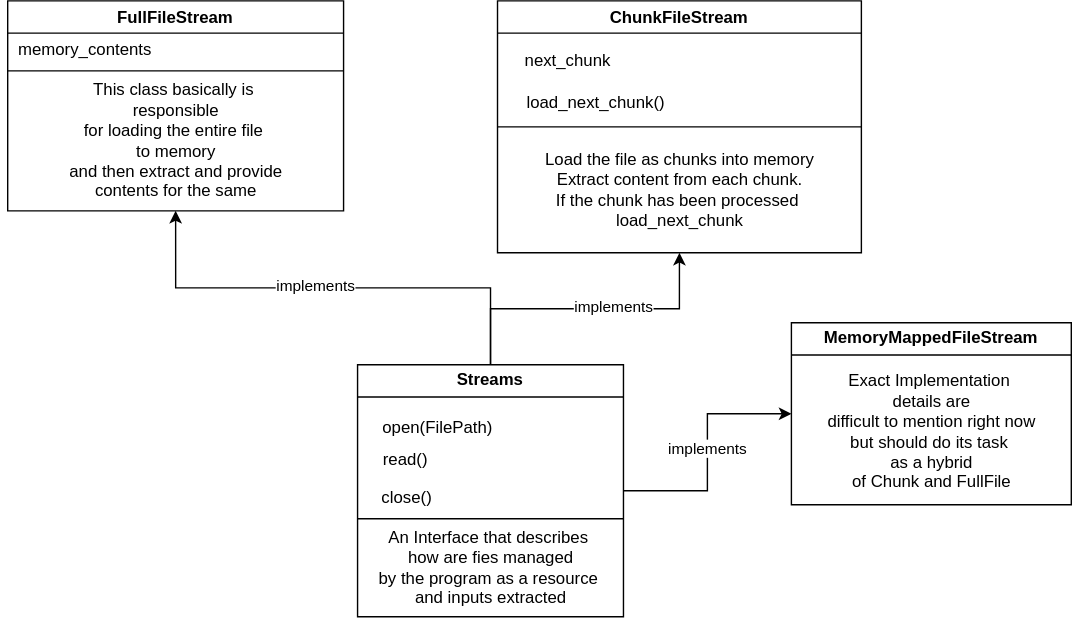
Earlier version of the draw.io export docs/ClassDiagrams.svg (CagesThrottleUs/ccwc). Source tidied: cells renumbered, new cells last; positions are measured from the earlier drawing's top-left corner, leaving out a move shared by most shapes.
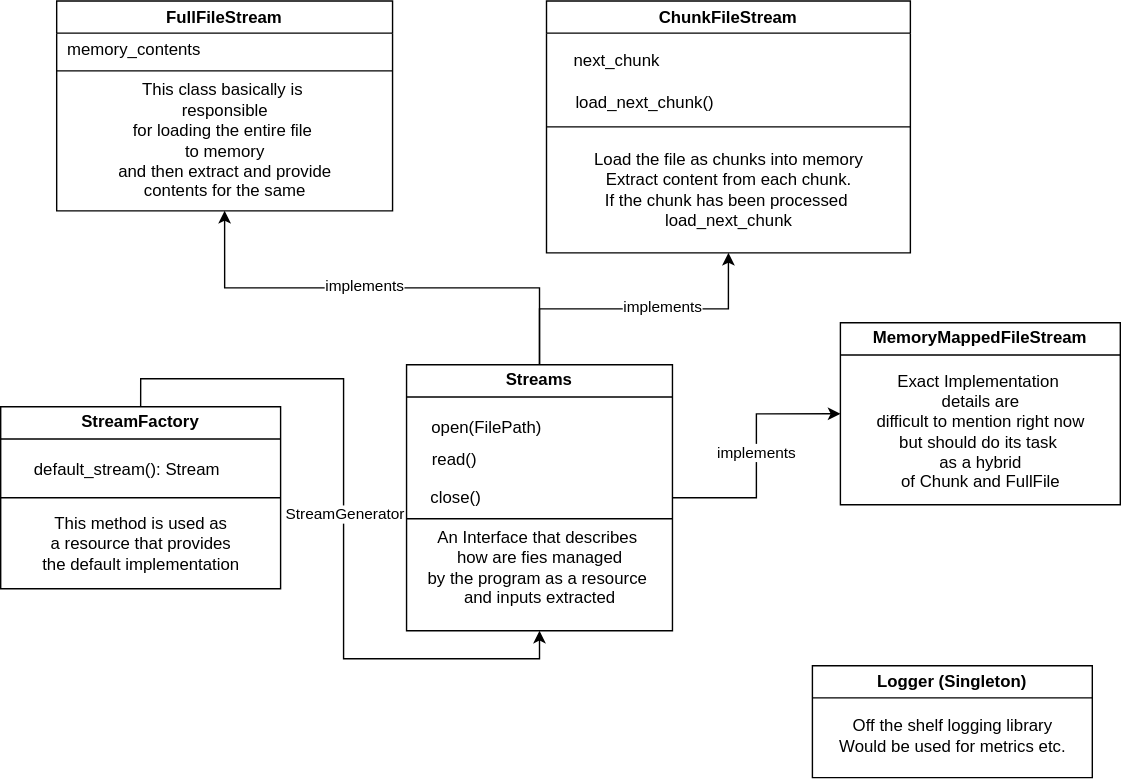
After the commit.

Commit message:
update class diagrams for full streams and logger

Change to the diagram source:
```diff
@@ -21,7 +21,7 @@
       <mxGeometry x="0.03" relative="1" as="geometry" />
     </mxCell>
     <mxCell id="8" value="Streams" style="swimlane;whiteSpace=wrap;html=1;" parent="1" vertex="1">
-      <mxGeometry x="255" y="260" width="190" height="180" as="geometry" />
+      <mxGeometry x="255" y="260" width="190" height="190" as="geometry" />
     </mxCell>
     <mxCell id="9" value="open(FilePath)" style="text;html=1;align=center;verticalAlign=middle;strokeColor=none;fillColor=none;" parent="8" vertex="1">
       <mxGeometry x="7" y="30" width="100" height="30" as="geometry" />
@@ -77,5 +77,29 @@
     <mxCell id="24" value="Exact Implementation&amp;nbsp;&lt;div&gt;details are&lt;div&gt;difficult to mention right now&lt;/div&gt;&lt;div&gt;but should do its task&amp;nbsp;&lt;/div&gt;&lt;div&gt;as a hybrid&lt;/div&gt;&lt;div&gt;of Chunk and FullFile&lt;/div&gt;&lt;/div&gt;" style="text;html=1;align=center;verticalAlign=middle;strokeColor=none;fillColor=none;" parent="23" vertex="1">
       <mxGeometry x="15" y="28" width="170" height="100" as="geometry" />
     </mxCell>
+    <mxCell id="25" style="edgeStyle=orthogonalEdgeStyle;rounded=0;jettySize=auto;html=1;exitX=0.5;exitY=0;exitDx=0;exitDy=0;entryX=0.5;entryY=1;entryDx=0;entryDy=0;" parent="1" edge="1" source="27" target="8">
+      <mxGeometry relative="1" as="geometry" />
+    </mxCell>
+    <mxCell id="26" value="StreamGenerator" style="edgeLabel;html=1;align=center;verticalAlign=middle;" parent="25" vertex="1">
+      <mxGeometry y="1" relative="1" as="geometry" />
+    </mxCell>
+    <mxCell id="27" value="StreamFactory" style="swimlane;whiteSpace=wrap;html=1;" parent="1" vertex="1">
+      <mxGeometry x="-35" y="290" width="200" height="130" as="geometry" />
+    </mxCell>
+    <mxCell id="28" value="default_stream(): Stream" style="text;html=1;align=center;verticalAlign=middle;strokeColor=none;fillColor=none;" parent="27" vertex="1">
+      <mxGeometry x="10" y="30" width="160" height="30" as="geometry" />
+    </mxCell>
+    <mxCell id="29" value="This method is used as&lt;div&gt;a resource that provides&lt;/div&gt;&lt;div&gt;the default implementation&lt;/div&gt;&lt;div&gt;&lt;br&gt;&lt;/div&gt;" style="text;html=1;align=center;verticalAlign=middle;strokeColor=none;fillColor=none;" parent="27" vertex="1">
+      <mxGeometry x="20" y="70" width="160" height="70" as="geometry" />
+    </mxCell>
+    <mxCell id="30" style="endArrow=none;html=1;rounded=0;exitX=0;exitY=0.5;exitDx=0;exitDy=0;entryX=1;entryY=0.5;entryDx=0;entryDy=0;" parent="1" edge="1" source="27" target="27">
+      <mxGeometry relative="1" as="geometry" />
+    </mxCell>
+    <mxCell id="31" value="Logger (Singleton)" style="swimlane;whiteSpace=wrap;html=1;" parent="1" vertex="1">
+      <mxGeometry x="545" y="475" width="200" height="80" as="geometry" />
+    </mxCell>
+    <mxCell id="32" value="Off the shelf logging library&lt;div&gt;Would be used for metrics etc.&lt;/div&gt;" style="text;html=1;align=center;verticalAlign=middle;strokeColor=none;fillColor=none;" parent="31" vertex="1">
+      <mxGeometry x="5" y="30" width="190" height="40" as="geometry" />
+    </mxCell>
   </root>
 </mxGraphModel>
```
